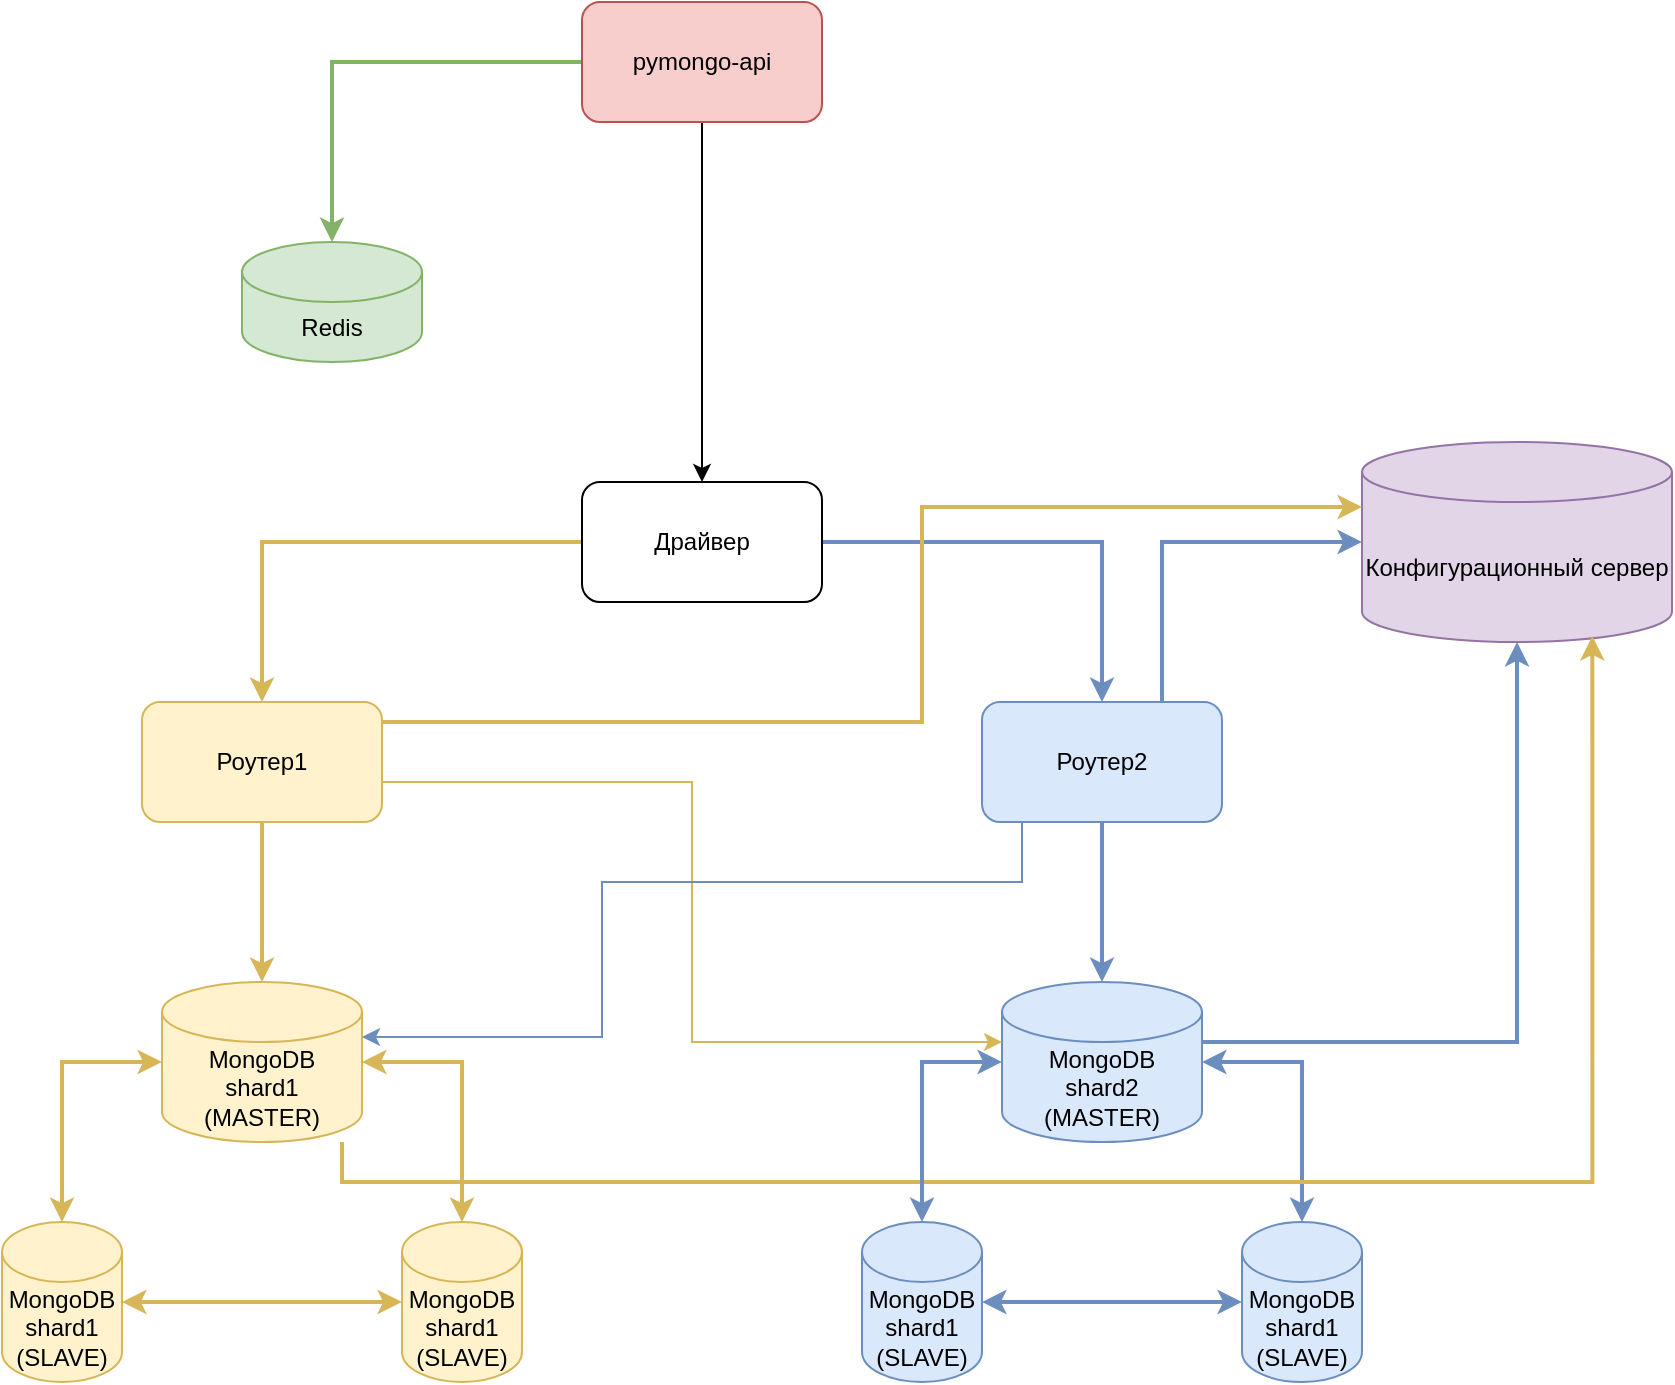
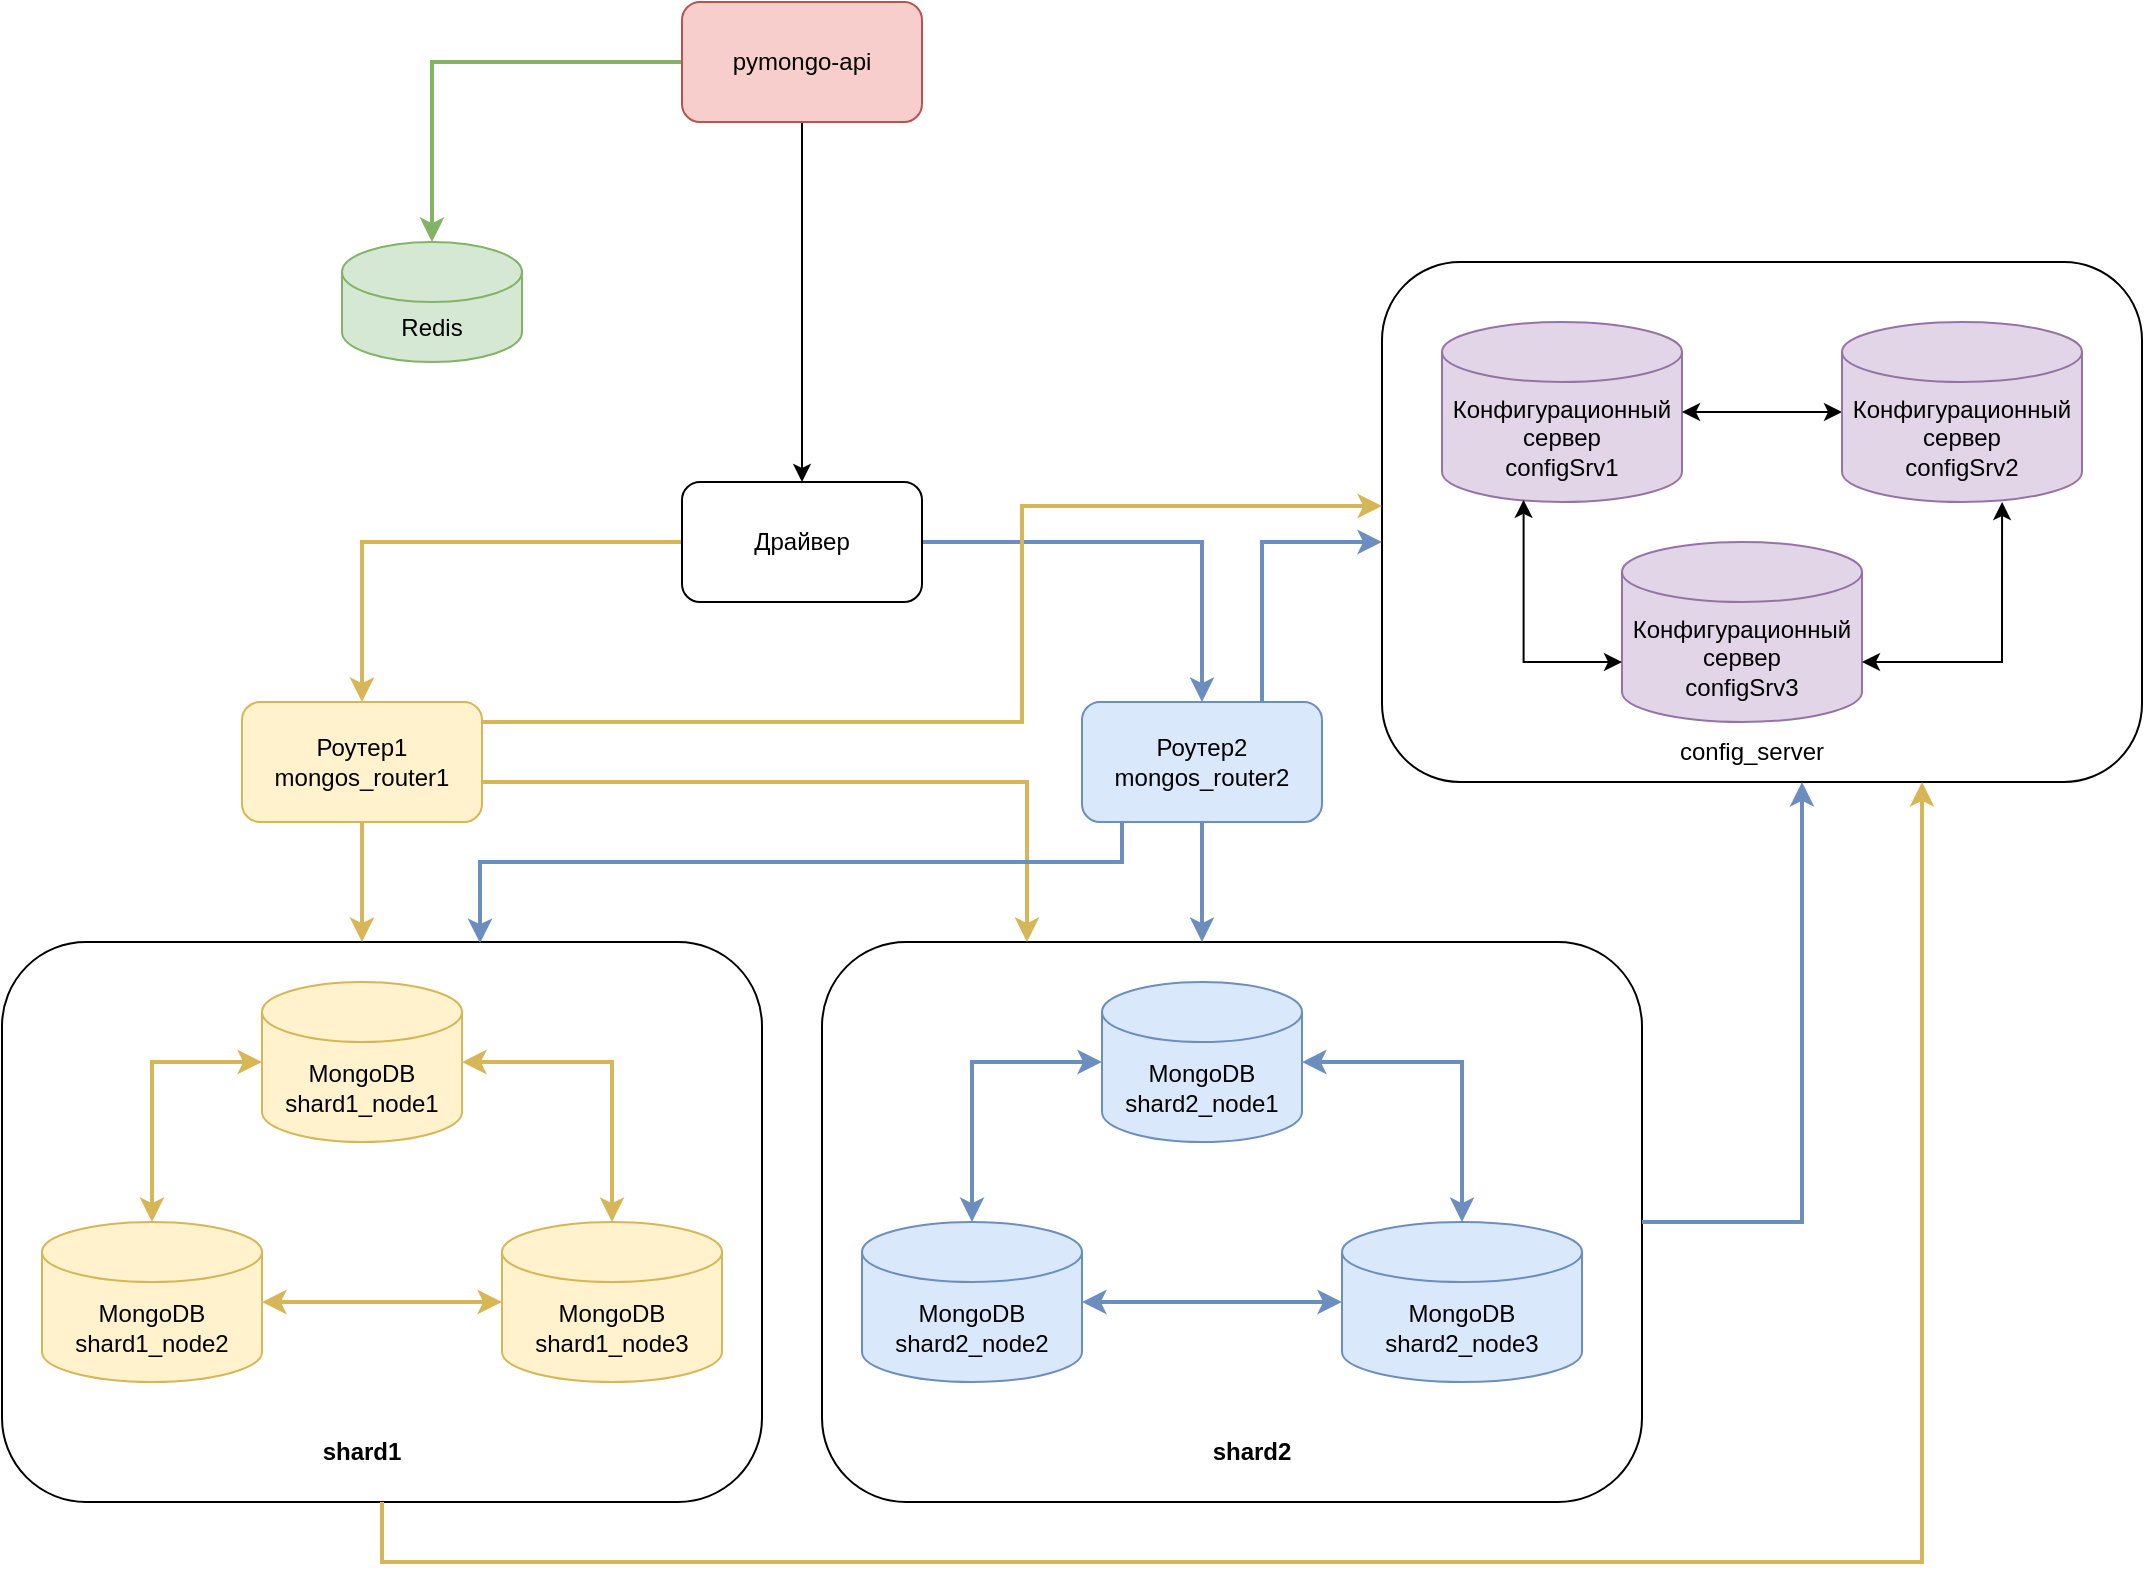
<mxfile host="app.diagrams.net" agent="Mozilla/5.0 (Macintosh; Intel Mac OS X 10_15_7) AppleWebKit/537.36 (KHTML, like Gecko) draw.io/24.6.4 Chrome/124.0.6367.207 Electron/30.0.6 Safari/537.36">
  <diagram name="Page-1" id="-H_mtQnk-PTXWXPvYvuk">
-     <mxGraphModel dx="1288" dy="1530" grid="1" gridSize="10" guides="1" tooltips="1" connect="1" arrows="1" fold="1" page="1" pageScale="1" pageWidth="1169" pageHeight="827" math="0" shadow="0">
+     <mxGraphModel dx="1585" dy="1692" grid="1" gridSize="10" guides="1" tooltips="1" connect="1" arrows="1" fold="1" page="1" pageScale="1" pageWidth="1169" pageHeight="827" math="0" shadow="0">
      <root>
        <mxCell id="0" />
        <mxCell id="1" parent="0" />
+         <mxCell id="SSWtPFlNUQ9ERYB9Ug__-7" parent="1" style="rounded=1;whiteSpace=wrap;html=1;" value="" vertex="1">
+           <mxGeometry height="260" width="380" x="690" y="110" as="geometry" />
+         </mxCell>
+         <mxCell id="SSWtPFlNUQ9ERYB9Ug__-3" parent="1" style="rounded=1;whiteSpace=wrap;html=1;" value="" vertex="1">
+           <mxGeometry height="280" width="410" x="410" y="450" as="geometry" />
+         </mxCell>
+         <mxCell id="SSWtPFlNUQ9ERYB9Ug__-1" parent="1" style="rounded=1;whiteSpace=wrap;html=1;" value="" vertex="1">
+           <mxGeometry height="280" width="380" y="450" as="geometry" />
+         </mxCell>
        <mxCell id="-b0uPEWMNX4Y9v5Yv2N0-6" edge="1" parent="1" source="zA23MoTUsTF4_91t8viU-2" style="edgeStyle=orthogonalEdgeStyle;rounded=0;orthogonalLoop=1;jettySize=auto;html=1;strokeWidth=2;fillColor=#fff2cc;strokeColor=#d6b656;startArrow=classic;startFill=1;" target="-b0uPEWMNX4Y9v5Yv2N0-3">
          <mxGeometry relative="1" as="geometry" />
        </mxCell>
-         <mxCell id="zA23MoTUsTF4_91t8viU-2" parent="1" style="shape=cylinder3;whiteSpace=wrap;html=1;boundedLbl=1;backgroundOutline=1;size=15;fillColor=#fff2cc;strokeColor=#d6b656;" value="MongoDB&lt;br&gt;shard1 (MASTER)" vertex="1">
+         <mxCell id="zA23MoTUsTF4_91t8viU-2" parent="1" style="shape=cylinder3;whiteSpace=wrap;html=1;boundedLbl=1;backgroundOutline=1;size=15;fillColor=#fff2cc;strokeColor=#d6b656;" value="MongoDB&lt;br&gt;shard1_node1" vertex="1">
          <mxGeometry height="80" width="100" x="130" y="470" as="geometry" />
        </mxCell>
        <mxCell id="JA4CdrQExTbod57CP28f-2" edge="1" parent="1" source="zA23MoTUsTF4_91t8viU-3" style="edgeStyle=orthogonalEdgeStyle;rounded=0;orthogonalLoop=1;jettySize=auto;html=1;" target="JA4CdrQExTbod57CP28f-1" value="">
          <mxGeometry relative="1" as="geometry" />
        </mxCell>
        <mxCell id="qOHrFp2sAHkuGlirtrxi-2" edge="1" parent="1" source="zA23MoTUsTF4_91t8viU-3" style="edgeStyle=orthogonalEdgeStyle;rounded=0;orthogonalLoop=1;jettySize=auto;html=1;fillColor=#d5e8d4;strokeColor=#82b366;strokeWidth=2;" target="qOHrFp2sAHkuGlirtrxi-4" value="">
          <mxGeometry relative="1" as="geometry">
            <mxPoint x="170.07692307692287" y="109.99999999999977" as="targetPoint" />
          </mxGeometry>
        </mxCell>
        <mxCell id="zA23MoTUsTF4_91t8viU-3" parent="1" style="rounded=1;whiteSpace=wrap;html=1;fillColor=#f8cecc;strokeColor=#b85450;" value="pymongo-api" vertex="1">
          <mxGeometry height="60" width="120" x="340" y="-20" as="geometry" />
        </mxCell>
        <mxCell id="JA4CdrQExTbod57CP28f-4" edge="1" parent="1" source="JA4CdrQExTbod57CP28f-1" style="edgeStyle=orthogonalEdgeStyle;rounded=0;orthogonalLoop=1;jettySize=auto;html=1;fillColor=#fff2cc;strokeColor=#d6b656;strokeWidth=2;" target="JA4CdrQExTbod57CP28f-3" value="">
          <mxGeometry relative="1" as="geometry" />
        </mxCell>
        <mxCell id="JA4CdrQExTbod57CP28f-10" edge="1" parent="1" source="JA4CdrQExTbod57CP28f-1" style="edgeStyle=orthogonalEdgeStyle;rounded=0;orthogonalLoop=1;jettySize=auto;html=1;fillColor=#dae8fc;strokeColor=#6c8ebf;strokeWidth=2;" target="JA4CdrQExTbod57CP28f-7">
          <mxGeometry relative="1" as="geometry" />
        </mxCell>
        <mxCell id="JA4CdrQExTbod57CP28f-1" parent="1" style="whiteSpace=wrap;html=1;rounded=1;rotation=0;" value="Драйвер" vertex="1">
          <mxGeometry height="60" width="120" x="340" y="220" as="geometry" />
        </mxCell>
-         <mxCell id="JA4CdrQExTbod57CP28f-15" edge="1" parent="1" source="JA4CdrQExTbod57CP28f-3" style="edgeStyle=orthogonalEdgeStyle;rounded=0;orthogonalLoop=1;jettySize=auto;html=1;fillColor=#fff2cc;strokeColor=#d6b656;strokeWidth=2;" target="zA23MoTUsTF4_91t8viU-2">
-           <mxGeometry relative="1" as="geometry" />
+         <mxCell id="JA4CdrQExTbod57CP28f-15" edge="1" parent="1" source="JA4CdrQExTbod57CP28f-3" style="edgeStyle=orthogonalEdgeStyle;rounded=0;orthogonalLoop=1;jettySize=auto;html=1;fillColor=#fff2cc;strokeColor=#d6b656;strokeWidth=2;">
+           <mxGeometry relative="1" as="geometry">
+             <mxPoint x="180" y="450" as="targetPoint" />
+           </mxGeometry>
        </mxCell>
-         <mxCell id="JA4CdrQExTbod57CP28f-3" parent="1" style="whiteSpace=wrap;html=1;rounded=1;fillColor=#fff2cc;strokeColor=#d6b656;" value="Роутер1" vertex="1">
+         <mxCell id="JA4CdrQExTbod57CP28f-3" parent="1" style="whiteSpace=wrap;html=1;rounded=1;fillColor=#fff2cc;strokeColor=#d6b656;" value="Роутер1&lt;br&gt;mongos_router1" vertex="1">
          <mxGeometry height="60" width="120" x="120" y="330" as="geometry" />
        </mxCell>
-         <mxCell id="JA4CdrQExTbod57CP28f-12" edge="1" parent="1" source="JA4CdrQExTbod57CP28f-7" style="edgeStyle=orthogonalEdgeStyle;rounded=0;orthogonalLoop=1;jettySize=auto;html=1;fillColor=#dae8fc;strokeColor=#6c8ebf;strokeWidth=2;" target="JA4CdrQExTbod57CP28f-11">
+         <mxCell id="JA4CdrQExTbod57CP28f-12" edge="1" parent="1" source="JA4CdrQExTbod57CP28f-7" style="edgeStyle=orthogonalEdgeStyle;rounded=0;orthogonalLoop=1;jettySize=auto;html=1;fillColor=#dae8fc;strokeColor=#6c8ebf;strokeWidth=2;">
          <mxGeometry relative="1" as="geometry">
            <Array as="points">
              <mxPoint x="630" y="250" />
            </Array>
+             <mxPoint x="690" y="250" as="targetPoint" />
          </mxGeometry>
        </mxCell>
-         <mxCell id="JA4CdrQExTbod57CP28f-7" parent="1" style="whiteSpace=wrap;html=1;rounded=1;fillColor=#dae8fc;strokeColor=#6c8ebf;" value="Роутер2" vertex="1">
+         <mxCell id="JA4CdrQExTbod57CP28f-7" parent="1" style="whiteSpace=wrap;html=1;rounded=1;fillColor=#dae8fc;strokeColor=#6c8ebf;" value="Роутер2&lt;br&gt;mongos_router2" vertex="1">
          <mxGeometry height="60" width="120" x="540" y="330" as="geometry" />
        </mxCell>
-         <mxCell id="JA4CdrQExTbod57CP28f-11" parent="1" style="shape=cylinder3;whiteSpace=wrap;html=1;boundedLbl=1;backgroundOutline=1;size=15;fillColor=#e1d5e7;strokeColor=#9673a6;" value="Конфигурационный сервер" vertex="1">
-           <mxGeometry height="100" width="155" x="730" y="200" as="geometry" />
+         <mxCell id="JA4CdrQExTbod57CP28f-11" parent="1" style="shape=cylinder3;whiteSpace=wrap;html=1;boundedLbl=1;backgroundOutline=1;size=15;fillColor=#e1d5e7;strokeColor=#9673a6;" value="Конфигурационный сервер&lt;br&gt;configSrv1" vertex="1">
+           <mxGeometry height="90" width="120" x="720" y="140" as="geometry" />
        </mxCell>
        <mxCell id="-b0uPEWMNX4Y9v5Yv2N0-16" edge="1" parent="1" source="JA4CdrQExTbod57CP28f-13" style="edgeStyle=orthogonalEdgeStyle;rounded=0;orthogonalLoop=1;jettySize=auto;html=1;strokeWidth=2;fillColor=#dae8fc;strokeColor=#6c8ebf;startArrow=classic;startFill=1;" target="-b0uPEWMNX4Y9v5Yv2N0-13">
          <mxGeometry relative="1" as="geometry" />
        </mxCell>
-         <mxCell id="JA4CdrQExTbod57CP28f-13" parent="1" style="shape=cylinder3;whiteSpace=wrap;html=1;boundedLbl=1;backgroundOutline=1;size=15;fillColor=#dae8fc;strokeColor=#6c8ebf;" value="MongoDB&lt;br&gt;shard2&lt;br&gt;(MASTER)" vertex="1">
+         <mxCell id="JA4CdrQExTbod57CP28f-13" parent="1" style="shape=cylinder3;whiteSpace=wrap;html=1;boundedLbl=1;backgroundOutline=1;size=15;fillColor=#dae8fc;strokeColor=#6c8ebf;" value="MongoDB&lt;br&gt;shard2_node1" vertex="1">
          <mxGeometry height="80" width="100" x="550" y="470" as="geometry" />
        </mxCell>
-         <mxCell id="JA4CdrQExTbod57CP28f-14" edge="1" parent="1" source="JA4CdrQExTbod57CP28f-7" style="edgeStyle=orthogonalEdgeStyle;rounded=0;orthogonalLoop=1;jettySize=auto;html=1;fillColor=#dae8fc;strokeColor=#6c8ebf;strokeWidth=2;" target="JA4CdrQExTbod57CP28f-13">
+         <mxCell id="JA4CdrQExTbod57CP28f-14" edge="1" parent="1" source="JA4CdrQExTbod57CP28f-7" style="edgeStyle=orthogonalEdgeStyle;rounded=0;orthogonalLoop=1;jettySize=auto;html=1;fillColor=#dae8fc;strokeColor=#6c8ebf;strokeWidth=2;">
          <mxGeometry relative="1" as="geometry">
-             <Array as="points" />
+             <Array as="points">
+               <mxPoint x="600" y="420" />
+               <mxPoint x="600" y="420" />
+             </Array>
+             <mxPoint x="600" y="450" as="targetPoint" />
          </mxGeometry>
        </mxCell>
-         <mxCell id="JA4CdrQExTbod57CP28f-16" edge="1" parent="1" source="JA4CdrQExTbod57CP28f-13" style="edgeStyle=orthogonalEdgeStyle;rounded=0;orthogonalLoop=1;jettySize=auto;html=1;entryX=0.5;entryY=1;entryDx=0;entryDy=0;entryPerimeter=0;fillColor=#dae8fc;strokeColor=#6c8ebf;strokeWidth=2;" target="JA4CdrQExTbod57CP28f-11">
+         <mxCell id="JA4CdrQExTbod57CP28f-16" edge="1" parent="1" source="SSWtPFlNUQ9ERYB9Ug__-3" style="edgeStyle=orthogonalEdgeStyle;rounded=0;orthogonalLoop=1;jettySize=auto;html=1;fillColor=#dae8fc;strokeColor=#6c8ebf;strokeWidth=2;exitX=1;exitY=0.5;exitDx=0;exitDy=0;" target="SSWtPFlNUQ9ERYB9Ug__-7">
          <mxGeometry relative="1" as="geometry">
            <Array as="points">
-               <mxPoint x="808" y="500" />
+               <mxPoint x="900" y="590" />
            </Array>
-           </mxGeometry>
-         </mxCell>
-         <mxCell id="JA4CdrQExTbod57CP28f-17" edge="1" parent="1" source="zA23MoTUsTF4_91t8viU-2" style="edgeStyle=orthogonalEdgeStyle;rounded=0;orthogonalLoop=1;jettySize=auto;html=1;entryX=0.743;entryY=0.97;entryDx=0;entryDy=0;entryPerimeter=0;fillColor=#fff2cc;strokeColor=#d6b656;strokeWidth=2;" target="JA4CdrQExTbod57CP28f-11">
-           <mxGeometry relative="1" as="geometry">
-             <Array as="points">
-               <mxPoint x="220" y="570" />
-               <mxPoint x="845" y="570" />
-             </Array>
+             <mxPoint x="770" y="370" as="targetPoint" />
          </mxGeometry>
        </mxCell>
        <mxCell id="azLWR_Eyw_-tYM01W0ik-1" edge="1" parent="1" source="-b0uPEWMNX4Y9v5Yv2N0-1" style="edgeStyle=orthogonalEdgeStyle;rounded=0;orthogonalLoop=1;jettySize=auto;html=1;fillColor=#fff2cc;strokeColor=#d6b656;strokeWidth=2;startArrow=classic;startFill=1;" target="-b0uPEWMNX4Y9v5Yv2N0-3">
          <mxGeometry relative="1" as="geometry" />
        </mxCell>
-         <mxCell id="-b0uPEWMNX4Y9v5Yv2N0-1" parent="1" style="shape=cylinder3;whiteSpace=wrap;html=1;boundedLbl=1;backgroundOutline=1;size=15;fillColor=#fff2cc;strokeColor=#d6b656;" value="MongoDB&lt;br&gt;shard1&lt;br&gt;(SLAVE)" vertex="1">
-           <mxGeometry height="80" width="60" x="50" y="590" as="geometry" />
+         <mxCell id="-b0uPEWMNX4Y9v5Yv2N0-1" parent="1" style="shape=cylinder3;whiteSpace=wrap;html=1;boundedLbl=1;backgroundOutline=1;size=15;fillColor=#fff2cc;strokeColor=#d6b656;" value="MongoDB&lt;br&gt;shard1_node2" vertex="1">
+           <mxGeometry height="80" width="110" x="20" y="590" as="geometry" />
        </mxCell>
-         <mxCell id="-b0uPEWMNX4Y9v5Yv2N0-3" parent="1" style="shape=cylinder3;whiteSpace=wrap;html=1;boundedLbl=1;backgroundOutline=1;size=15;fillColor=#fff2cc;strokeColor=#d6b656;" value="MongoDB&lt;br&gt;shard1&lt;br&gt;(SLAVE)" vertex="1">
-           <mxGeometry height="80" width="60" x="250" y="590" as="geometry" />
+         <mxCell id="-b0uPEWMNX4Y9v5Yv2N0-3" parent="1" style="shape=cylinder3;whiteSpace=wrap;html=1;boundedLbl=1;backgroundOutline=1;size=15;fillColor=#fff2cc;strokeColor=#d6b656;" value="MongoDB&lt;br&gt;shard1_node3" vertex="1">
+           <mxGeometry height="80" width="110" x="250" y="590" as="geometry" />
        </mxCell>
        <mxCell id="-b0uPEWMNX4Y9v5Yv2N0-4" edge="1" parent="1" source="zA23MoTUsTF4_91t8viU-2" style="edgeStyle=orthogonalEdgeStyle;rounded=0;orthogonalLoop=1;jettySize=auto;html=1;entryX=0.5;entryY=0;entryDx=0;entryDy=0;entryPerimeter=0;fillColor=#fff2cc;strokeColor=#d6b656;strokeWidth=2;startArrow=classic;startFill=1;" target="-b0uPEWMNX4Y9v5Yv2N0-1">
-           <mxGeometry relative="1" as="geometry" />
+           <mxGeometry relative="1" as="geometry">
+             <Array as="points">
+               <mxPoint x="75" y="510" />
+             </Array>
+           </mxGeometry>
        </mxCell>
        <mxCell id="azLWR_Eyw_-tYM01W0ik-2" edge="1" parent="1" source="-b0uPEWMNX4Y9v5Yv2N0-11" style="edgeStyle=orthogonalEdgeStyle;rounded=0;orthogonalLoop=1;jettySize=auto;html=1;fillColor=#dae8fc;strokeColor=#6c8ebf;startArrow=classic;startFill=1;strokeWidth=2;" target="-b0uPEWMNX4Y9v5Yv2N0-13">
          <mxGeometry relative="1" as="geometry" />
        </mxCell>
-         <mxCell id="-b0uPEWMNX4Y9v5Yv2N0-11" parent="1" style="shape=cylinder3;whiteSpace=wrap;html=1;boundedLbl=1;backgroundOutline=1;size=15;fillColor=#dae8fc;strokeColor=#6c8ebf;" value="MongoDB&lt;br&gt;shard1&lt;br&gt;(SLAVE)" vertex="1">
-           <mxGeometry height="80" width="60" x="480" y="590" as="geometry" />
+         <mxCell id="-b0uPEWMNX4Y9v5Yv2N0-11" parent="1" style="shape=cylinder3;whiteSpace=wrap;html=1;boundedLbl=1;backgroundOutline=1;size=15;fillColor=#dae8fc;strokeColor=#6c8ebf;" value="MongoDB&lt;br&gt;shard2_node2" vertex="1">
+           <mxGeometry height="80" width="110" x="430" y="590" as="geometry" />
        </mxCell>
-         <mxCell id="-b0uPEWMNX4Y9v5Yv2N0-13" parent="1" style="shape=cylinder3;whiteSpace=wrap;html=1;boundedLbl=1;backgroundOutline=1;size=15;fillColor=#dae8fc;strokeColor=#6c8ebf;" value="MongoDB&lt;br&gt;shard1&lt;br&gt;(SLAVE)" vertex="1">
-           <mxGeometry height="80" width="60" x="670" y="590" as="geometry" />
+         <mxCell id="-b0uPEWMNX4Y9v5Yv2N0-13" parent="1" style="shape=cylinder3;whiteSpace=wrap;html=1;boundedLbl=1;backgroundOutline=1;size=15;fillColor=#dae8fc;strokeColor=#6c8ebf;" value="MongoDB&lt;br&gt;shard2_node3" vertex="1">
+           <mxGeometry height="80" width="120" x="670" y="590" as="geometry" />
        </mxCell>
        <mxCell id="-b0uPEWMNX4Y9v5Yv2N0-14" edge="1" parent="1" source="JA4CdrQExTbod57CP28f-13" style="edgeStyle=orthogonalEdgeStyle;rounded=0;orthogonalLoop=1;jettySize=auto;html=1;entryX=0.5;entryY=0;entryDx=0;entryDy=0;entryPerimeter=0;fillColor=#dae8fc;strokeColor=#6c8ebf;strokeWidth=2;startArrow=classic;startFill=1;" target="-b0uPEWMNX4Y9v5Yv2N0-11">
          <mxGeometry relative="1" as="geometry" />
        </mxCell>
        <mxCell id="qOHrFp2sAHkuGlirtrxi-4" parent="1" style="shape=cylinder3;whiteSpace=wrap;html=1;boundedLbl=1;backgroundOutline=1;size=15;fillColor=#d5e8d4;strokeColor=#82b366;" value="Redis" vertex="1">
          <mxGeometry height="60" width="90" x="170" y="100" as="geometry" />
        </mxCell>
-         <mxCell id="qOHrFp2sAHkuGlirtrxi-5" edge="1" parent="1" source="JA4CdrQExTbod57CP28f-3" style="edgeStyle=orthogonalEdgeStyle;rounded=0;orthogonalLoop=1;jettySize=auto;html=1;entryX=0;entryY=0;entryDx=0;entryDy=32.5;entryPerimeter=0;fillColor=#fff2cc;strokeColor=#d6b656;strokeWidth=2;" target="JA4CdrQExTbod57CP28f-11">
+         <mxCell id="qOHrFp2sAHkuGlirtrxi-5" edge="1" parent="1" source="JA4CdrQExTbod57CP28f-3" style="edgeStyle=orthogonalEdgeStyle;rounded=0;orthogonalLoop=1;jettySize=auto;html=1;fillColor=#fff2cc;strokeColor=#d6b656;strokeWidth=2;">
          <mxGeometry relative="1" as="geometry">
            <Array as="points">
              <mxPoint x="510" y="340" />
              <mxPoint x="510" y="232" />
            </Array>
+             <mxPoint x="690" y="232" as="targetPoint" />
          </mxGeometry>
        </mxCell>
-         <mxCell id="azLWR_Eyw_-tYM01W0ik-3" edge="1" parent="1" source="JA4CdrQExTbod57CP28f-3" style="edgeStyle=orthogonalEdgeStyle;rounded=0;orthogonalLoop=1;jettySize=auto;html=1;fillColor=#fff2cc;strokeColor=#d6b656;" target="JA4CdrQExTbod57CP28f-13">
+         <mxCell id="azLWR_Eyw_-tYM01W0ik-3" edge="1" parent="1" source="JA4CdrQExTbod57CP28f-3" style="edgeStyle=orthogonalEdgeStyle;rounded=0;orthogonalLoop=1;jettySize=auto;html=1;fillColor=#fff2cc;strokeColor=#d6b656;entryX=0.25;entryY=0;entryDx=0;entryDy=0;strokeWidth=2;" target="SSWtPFlNUQ9ERYB9Ug__-3">
          <mxGeometry relative="1" as="geometry">
            <Array as="points">
-               <mxPoint x="395" y="370" />
-               <mxPoint x="395" y="500" />
+               <mxPoint x="513" y="370" />
            </Array>
          </mxGeometry>
        </mxCell>
-         <mxCell id="azLWR_Eyw_-tYM01W0ik-4" edge="1" parent="1" source="JA4CdrQExTbod57CP28f-7" style="edgeStyle=orthogonalEdgeStyle;rounded=0;orthogonalLoop=1;jettySize=auto;html=1;entryX=1;entryY=0;entryDx=0;entryDy=27.5;entryPerimeter=0;fillColor=#dae8fc;strokeColor=#6c8ebf;" target="zA23MoTUsTF4_91t8viU-2">
+         <mxCell id="azLWR_Eyw_-tYM01W0ik-4" edge="1" parent="1" source="JA4CdrQExTbod57CP28f-7" style="edgeStyle=orthogonalEdgeStyle;rounded=0;orthogonalLoop=1;jettySize=auto;html=1;entryX=0.629;entryY=0.002;entryDx=0;entryDy=0;entryPerimeter=0;fillColor=#dae8fc;strokeColor=#6c8ebf;strokeWidth=2;" target="SSWtPFlNUQ9ERYB9Ug__-1">
          <mxGeometry relative="1" as="geometry">
            <Array as="points">
-               <mxPoint x="560" y="420" />
-               <mxPoint x="350" y="420" />
-               <mxPoint x="350" y="498" />
+               <mxPoint x="560" y="410" />
+               <mxPoint x="239" y="410" />
+             </Array>
+           </mxGeometry>
+         </mxCell>
+         <mxCell id="SSWtPFlNUQ9ERYB9Ug__-2" parent="1" style="text;html=1;whiteSpace=wrap;strokeColor=none;fillColor=none;align=center;verticalAlign=middle;rounded=0;fontStyle=1" value="shard1" vertex="1">
+           <mxGeometry height="30" width="60" x="150" y="690" as="geometry" />
+         </mxCell>
+         <mxCell id="SSWtPFlNUQ9ERYB9Ug__-6" parent="1" style="text;html=1;whiteSpace=wrap;strokeColor=none;fillColor=none;align=center;verticalAlign=middle;rounded=0;fontStyle=1" value="shard2" vertex="1">
+           <mxGeometry height="30" width="60" x="595" y="690" as="geometry" />
+         </mxCell>
+         <mxCell id="SSWtPFlNUQ9ERYB9Ug__-8" edge="1" parent="1" source="SSWtPFlNUQ9ERYB9Ug__-1" style="edgeStyle=orthogonalEdgeStyle;rounded=0;orthogonalLoop=1;jettySize=auto;html=1;fillColor=#fff2cc;strokeColor=#d6b656;strokeWidth=2;exitX=0.5;exitY=1;exitDx=0;exitDy=0;" target="SSWtPFlNUQ9ERYB9Ug__-7">
+           <mxGeometry relative="1" as="geometry">
+             <Array as="points">
+               <mxPoint x="190" y="760" />
+               <mxPoint x="960" y="760" />
+             </Array>
+             <mxPoint x="390" y="570" as="sourcePoint" />
+           </mxGeometry>
+         </mxCell>
+         <mxCell id="SSWtPFlNUQ9ERYB9Ug__-9" parent="1" style="text;html=1;whiteSpace=wrap;strokeColor=none;fillColor=none;align=center;verticalAlign=middle;rounded=0;" value="config_server" vertex="1">
+           <mxGeometry height="30" width="90" x="830" y="340" as="geometry" />
+         </mxCell>
+         <mxCell id="SSWtPFlNUQ9ERYB9Ug__-14" edge="1" parent="1" source="SSWtPFlNUQ9ERYB9Ug__-10" style="edgeStyle=orthogonalEdgeStyle;rounded=0;orthogonalLoop=1;jettySize=auto;html=1;startArrow=classic;startFill=1;" target="JA4CdrQExTbod57CP28f-11">
+           <mxGeometry relative="1" as="geometry" />
+         </mxCell>
+         <mxCell id="SSWtPFlNUQ9ERYB9Ug__-10" parent="1" style="shape=cylinder3;whiteSpace=wrap;html=1;boundedLbl=1;backgroundOutline=1;size=15;fillColor=#e1d5e7;strokeColor=#9673a6;" value="Конфигурационный сервер&lt;br&gt;configSrv2" vertex="1">
+           <mxGeometry height="90" width="120" x="920" y="140" as="geometry" />
+         </mxCell>
+         <mxCell id="SSWtPFlNUQ9ERYB9Ug__-11" parent="1" style="shape=cylinder3;whiteSpace=wrap;html=1;boundedLbl=1;backgroundOutline=1;size=15;fillColor=#e1d5e7;strokeColor=#9673a6;" value="Конфигурационный сервер&lt;br&gt;configSrv3" vertex="1">
+           <mxGeometry height="90" width="120" x="810" y="250" as="geometry" />
+         </mxCell>
+         <mxCell id="SSWtPFlNUQ9ERYB9Ug__-12" edge="1" parent="1" source="SSWtPFlNUQ9ERYB9Ug__-11" style="edgeStyle=orthogonalEdgeStyle;rounded=0;orthogonalLoop=1;jettySize=auto;html=1;entryX=0.34;entryY=0.988;entryDx=0;entryDy=0;entryPerimeter=0;startArrow=classic;startFill=1;" target="JA4CdrQExTbod57CP28f-11">
+           <mxGeometry relative="1" as="geometry">
+             <Array as="points">
+               <mxPoint x="761" y="310" />
+             </Array>
+           </mxGeometry>
+         </mxCell>
+         <mxCell id="SSWtPFlNUQ9ERYB9Ug__-13" edge="1" parent="1" source="SSWtPFlNUQ9ERYB9Ug__-11" style="edgeStyle=orthogonalEdgeStyle;rounded=0;orthogonalLoop=1;jettySize=auto;html=1;entryX=0.667;entryY=1;entryDx=0;entryDy=0;entryPerimeter=0;startArrow=classic;startFill=1;" target="SSWtPFlNUQ9ERYB9Ug__-10">
+           <mxGeometry relative="1" as="geometry">
+             <Array as="points">
+               <mxPoint x="1000" y="310" />
            </Array>
          </mxGeometry>
        </mxCell>
      </root>
    </mxGraphModel>
  </diagram>
</mxfile>
